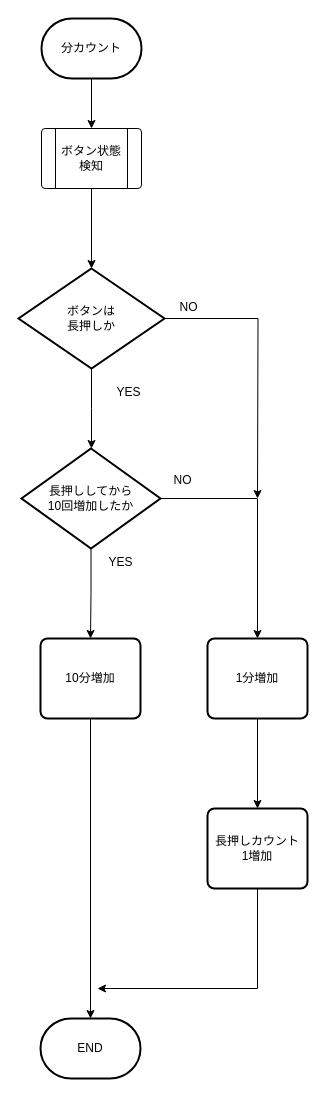
Before: page "分カウント" (5 of 6) of 資料/設計/フローチャート/InputClass/flowchart_InputClassv0.2.drawio in hakohumi/comp.Kitchen_Timer, a draw.io diagram. Source tidied: cells renumbered, new cells numbered last; positions are measured from the earlier drawing's top-left corner, leaving out a move shared by most shapes. Both pictures are drawn from the tidied source at 100%, with x=0, y=0 at pixel (18, 18).
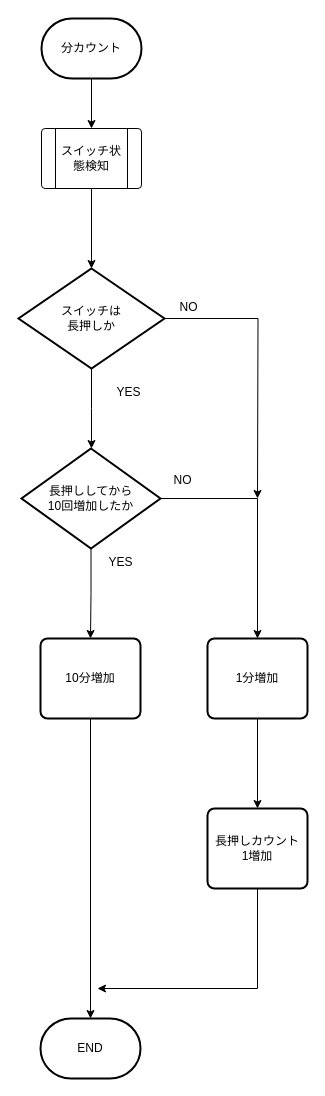
The same diagram, later.

Change to the diagram source:
```diff
@@
-    <mxCell id="6" value="ボタンは&lt;br&gt;長押しか" style="strokeWidth=2;html=1;shape=mxgraph.flowchart.decision;whiteSpace=wrap;" parent="1" vertex="1">
+    <mxCell id="6" value="スイッチは&lt;br&gt;長押しか" style="strokeWidth=2;html=1;shape=mxgraph.flowchart.decision;whiteSpace=wrap;" parent="1" vertex="1">
       <mxGeometry y="250" width="146" height="100" as="geometry" />
     </mxCell>
@@
-    <mxCell id="8" value="ボタン状態検知" style="verticalLabelPosition=middle;verticalAlign=middle;html=1;shape=process;whiteSpace=wrap;rounded=1;size=0.14;arcSize=6;labelPosition=center;align=center;" parent="1" vertex="1">
+    <mxCell id="8" value="スイッチ状態検知" style="verticalLabelPosition=middle;verticalAlign=middle;html=1;shape=process;whiteSpace=wrap;rounded=1;size=0.14;arcSize=6;labelPosition=center;align=center;" parent="1" vertex="1">
       <mxGeometry x="23" y="110" width="100" height="60" as="geometry" />
     </mxCell>
```
